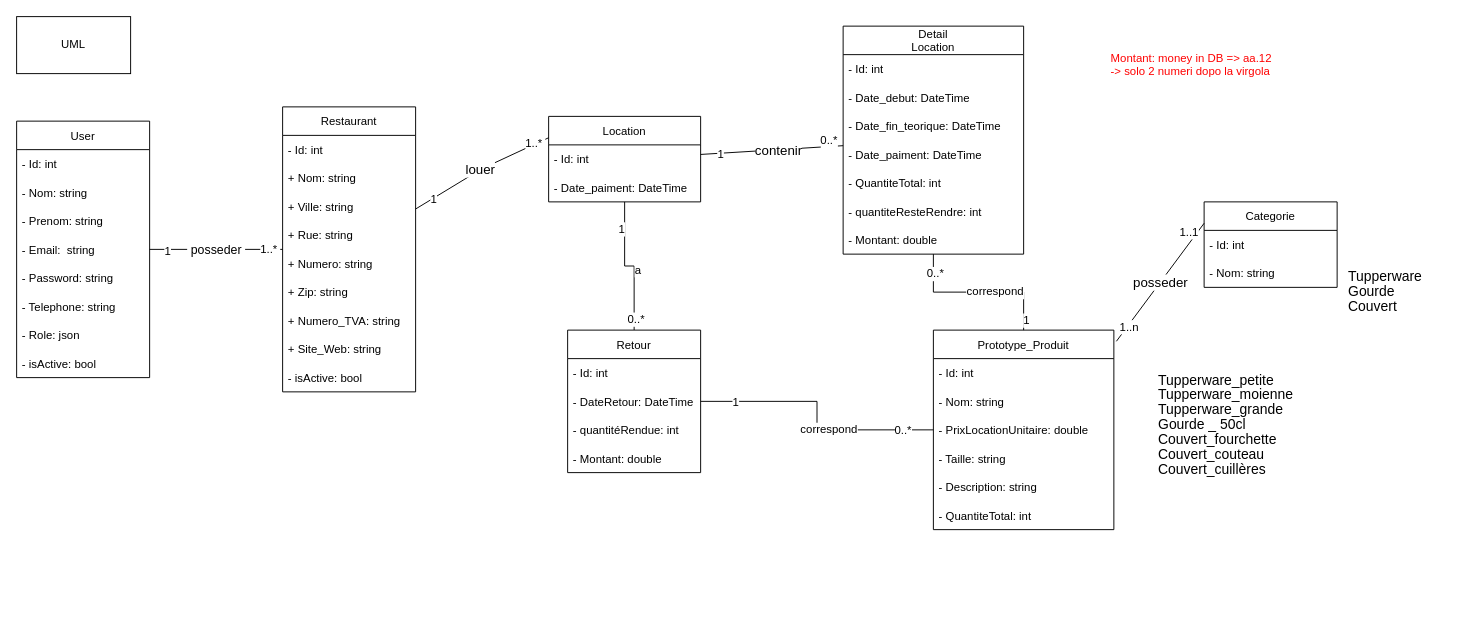
Above: documentation/diagrammeUMLcoeurProject.drawio in stefyxx/Tapperware (draw.io), before the change. Source tidied: cells renumbered, new cells numbered last; positions are measured from the earlier drawing's top-left corner, leaving out a move shared by most shapes. Both pictures are drawn from the tidied source at 95%, with x=0, y=0 at pixel (16, 16).
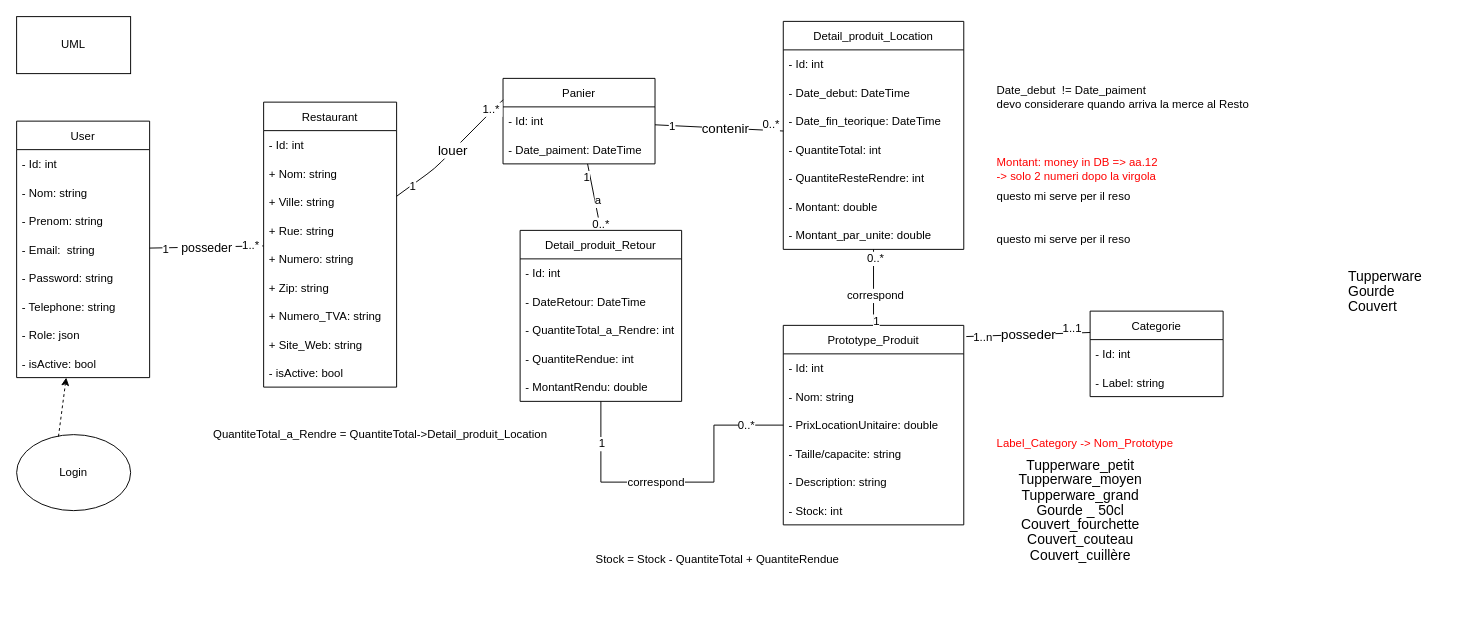
After the change.

Commit message (it also covers changes not shown here):
diagramma_cuoreProject completato

Unchanged cells that the change refers to:
```xml
<mxCell id="6" value="User" style="swimlane;fontStyle=0;horizontal=1;startSize=30;" parent="1" vertex="1">
  <mxGeometry y="110" width="140" height="270" as="geometry" />
</mxCell>
```

What changed in the source:
```diff
@@
     <mxCell id="15" value="Restaurant" style="swimlane;fontStyle=0;horizontal=1;startSize=30;" parent="1" vertex="1">
-      <mxGeometry x="280" y="95" width="140" height="300" as="geometry" />
+      <mxGeometry x="260" y="90" width="140" height="300" as="geometry" />
     </mxCell>
@@
-    <mxCell id="25" style="edgeStyle=orthogonalEdgeStyle;rounded=0;jettySize=auto;html=1;endArrow=none;endFill=0;" parent="1" edge="1" source="29" target="68">
+    <mxCell id="25" style="rounded=0;jettySize=auto;html=1;endArrow=none;endFill=0;entryX=0.5;entryY=0;entryDx=0;entryDy=0;" parent="1" edge="1" source="29" target="81">
       <mxGeometry relative="1" as="geometry" />
     </mxCell>
@@
-    <mxCell id="29" value="Location" style="swimlane;fontStyle=0;horizontal=1;startSize=30;" parent="1" vertex="1">
-      <mxGeometry x="560" y="105" width="160" height="90" as="geometry" />
+    <mxCell id="29" value="Panier" style="swimlane;fontStyle=0;horizontal=1;startSize=30;" parent="1" vertex="1">
+      <mxGeometry x="512" y="65" width="160" height="90" as="geometry" />
     </mxCell>
@@
     <mxCell id="32" value="Prototype_Produit" style="swimlane;fontStyle=0;horizontal=1;startSize=30;" parent="1" vertex="1">
-      <mxGeometry x="965" y="330" width="190" height="210" as="geometry" />
+      <mxGeometry x="807" y="325" width="190" height="210" as="geometry" />
     </mxCell>
@@
-    <mxCell id="36" value="- Taille: string" style="text;strokeColor=none;fillColor=none;align=left;verticalAlign=middle;spacingLeft=4;spacingRight=4;overflow=hidden;" parent="32" vertex="1">
+    <mxCell id="36" value="- Taille/capacite: string" style="text;strokeColor=none;fillColor=none;align=left;verticalAlign=middle;spacingLeft=4;spacingRight=4;overflow=hidden;" parent="32" vertex="1">
       <mxGeometry y="120" width="190" height="30" as="geometry" />
     </mxCell>
@@
-    <mxCell id="38" value="- QuantiteTotal: int" style="text;strokeColor=none;fillColor=none;align=left;verticalAlign=middle;spacingLeft=4;spacingRight=4;overflow=hidden;" parent="32" vertex="1">
+    <mxCell id="38" value="- Stock: int" style="text;strokeColor=none;fillColor=none;align=left;verticalAlign=middle;spacingLeft=4;spacingRight=4;overflow=hidden;" parent="32" vertex="1">
       <mxGeometry y="180" width="190" height="30" as="geometry" />
     </mxCell>
@@
     <mxCell id="43" value="&lt;font style=&quot;font-size: 14px&quot;&gt;louer&lt;/font&gt;" style="edgeStyle=none;html=1;endArrow=none;endFill=0;entryX=0;entryY=0.25;entryDx=0;entryDy=0;" parent="1" edge="1" source="15" target="29">
       <mxGeometry relative="1" as="geometry">
         <Array as="points">
-          <mxPoint x="490" y="160" />
+          <mxPoint x="440" y="160" />
         </Array>
       </mxGeometry>
     </mxCell>
@@
     <mxCell id="46" value="Categorie" style="swimlane;fontStyle=0;horizontal=1;startSize=30;" parent="1" vertex="1">
-      <mxGeometry x="1250" y="195" width="140" height="90" as="geometry" />
+      <mxGeometry x="1130" y="310" width="140" height="90" as="geometry" />
     </mxCell>
@@
-    <mxCell id="48" value="- Nom: string" style="text;strokeColor=none;fillColor=none;align=left;verticalAlign=middle;spacingLeft=4;spacingRight=4;overflow=hidden;" parent="46" vertex="1">
+    <mxCell id="48" value="- Label: string" style="text;strokeColor=none;fillColor=none;align=left;verticalAlign=middle;spacingLeft=4;spacingRight=4;overflow=hidden;" parent="46" vertex="1">
       <mxGeometry y="60" width="140" height="30" as="geometry" />
     </mxCell>
@@
-    <mxCell id="52" value="Detail&#10;Location" style="swimlane;fontStyle=0;horizontal=1;startSize=30;" parent="1" vertex="1">
-      <mxGeometry x="870" y="10" width="190" height="240" as="geometry" />
+    <mxCell id="52" value="Detail_produit_Location" style="swimlane;fontStyle=0;horizontal=1;startSize=30;" parent="1" vertex="1">
+      <mxGeometry x="807" y="5" width="190" height="240" as="geometry" />
     </mxCell>
@@
-    <mxCell id="56" value="- Date_paiment: DateTime" style="text;strokeColor=none;fillColor=none;align=left;verticalAlign=middle;spacingLeft=4;spacingRight=4;overflow=hidden;" parent="52" vertex="1">
-      <mxGeometry y="120" width="190" height="30" as="geometry" />
-    </mxCell>
     <mxCell id="57" value="- QuantiteTotal: int" style="text;strokeColor=none;fillColor=none;align=left;verticalAlign=middle;spacingLeft=4;spacingRight=4;overflow=hidden;" parent="52" vertex="1">
-      <mxGeometry y="150" width="190" height="30" as="geometry" />
+      <mxGeometry y="120" width="190" height="30" as="geometry" />
     </mxCell>
-    <mxCell id="58" value="- quantiteResteRendre: int" style="text;strokeColor=none;fillColor=none;align=left;verticalAlign=middle;spacingLeft=4;spacingRight=4;overflow=hidden;" parent="52" vertex="1">
-      <mxGeometry y="180" width="190" height="30" as="geometry" />
+    <mxCell id="58" value="- QuantiteResteRendre: int" style="text;strokeColor=none;fillColor=none;align=left;verticalAlign=middle;spacingLeft=4;spacingRight=4;overflow=hidden;" parent="52" vertex="1">
+      <mxGeometry y="150" width="190" height="30" as="geometry" />
     </mxCell>
     <mxCell id="59" value="- Montant: double " style="text;strokeColor=none;fillColor=none;align=left;verticalAlign=middle;spacingLeft=4;spacingRight=4;overflow=hidden;" parent="52" vertex="1">
-      <mxGeometry y="210" width="190" height="30" as="geometry" />
+      <mxGeometry y="180" width="190" height="30" as="geometry" />
     </mxCell>
+    <mxCell id="76" value="- Montant_par_unite: double " style="text;strokeColor=none;fillColor=none;align=left;verticalAlign=middle;spacingLeft=4;spacingRight=4;overflow=hidden;" parent="52" vertex="1">
+      <mxGeometry y="210" width="190" height="30" as="geometry" />
+    </mxCell>
@@
-    <mxCell id="64" style="edgeStyle=orthogonalEdgeStyle;rounded=0;jettySize=auto;html=1;endArrow=none;endFill=0;" parent="1" edge="1" source="68" target="32">
-      <mxGeometry relative="1" as="geometry" />
+    <mxCell id="64" style="edgeStyle=orthogonalEdgeStyle;rounded=0;jettySize=auto;html=1;endArrow=none;endFill=0;" parent="1" edge="1" source="81" target="32">
+      <mxGeometry relative="1" as="geometry">
+        <Array as="points">
+          <mxPoint x="734" y="490" />
+          <mxPoint x="734" y="430" />
+        </Array>
+      </mxGeometry>
     </mxCell>
     <mxCell id="65" value="correspond" style="text;html=1;align=center;verticalAlign=middle;labelBackgroundColor=#ffffff;" parent="64" vertex="1">
-      <mxGeometry x="0.19" y="1" relative="1" as="geometry" />
+      <mxGeometry x="0.19" y="1" relative="1" as="geometry">
+        <mxPoint x="-59" y="1" as="offset" />
+      </mxGeometry>
     </mxCell>
@@
-    <mxCell id="68" value="Retour" style="swimlane;fontStyle=0;horizontal=1;startSize=30;" parent="1" vertex="1">
-      <mxGeometry x="580" y="330" width="140" height="150" as="geometry" />
-    </mxCell>
-    <mxCell id="69" value="- Id: int" style="text;strokeColor=none;fillColor=none;align=left;verticalAlign=middle;spacingLeft=4;spacingRight=4;overflow=hidden;" parent="68" vertex="1">
-      <mxGeometry y="30" width="140" height="30" as="geometry" />
-    </mxCell>
-    <mxCell id="70" value="- DateRetour: DateTime" style="text;strokeColor=none;fillColor=none;align=left;verticalAlign=middle;spacingLeft=4;spacingRight=4;overflow=hidden;" parent="68" vertex="1">
-      <mxGeometry y="60" width="140" height="30" as="geometry" />
-    </mxCell>
-    <mxCell id="71" value="- quantitéRendue: int" style="text;strokeColor=none;fillColor=none;align=left;verticalAlign=middle;spacingLeft=4;spacingRight=4;overflow=hidden;" parent="68" vertex="1">
-      <mxGeometry y="90" width="140" height="30" as="geometry" />
-    </mxCell>
-    <mxCell id="72" value="- Montant: double " style="text;strokeColor=none;fillColor=none;align=left;verticalAlign=middle;spacingLeft=4;spacingRight=4;overflow=hidden;" parent="68" vertex="1">
-      <mxGeometry y="120" width="140" height="30" as="geometry" />
-    </mxCell>
     <mxCell id="73" value="&lt;font color=&quot;#ff0000&quot;&gt;Montant: money in DB =&amp;gt; aa.12&lt;br&gt;-&amp;gt; solo 2 numeri dopo la virgola&lt;br&gt;&lt;br&gt;&lt;/font&gt;" style="text;html=1;" parent="1" vertex="1">
-      <mxGeometry x="1150" y="30" width="120" height="30" as="geometry" />
+      <mxGeometry x="1030" y="140" width="120" height="30" as="geometry" />
     </mxCell>
@@
-    <mxCell id="75" value="&lt;span style=&quot;font-size: 11.0pt ; line-height: 107% ; font-family: &amp;#34;calibri&amp;#34; , sans-serif&quot;&gt;&lt;span style=&quot;font-size: 11pt ; line-height: 107%&quot;&gt;&lt;span style=&quot;font-size: 11pt ; line-height: 15.6933px&quot;&gt;Tupperware_petite&lt;br&gt;&lt;/span&gt;&lt;span style=&quot;font-size: 11pt ; line-height: 15.6933px&quot;&gt;Tupperware_moienne&lt;/span&gt;&lt;br style=&quot;font-size: 14.6667px&quot;&gt;&lt;span style=&quot;font-size: 11pt ; line-height: 15.6933px&quot;&gt;Tupperware_grande&lt;/span&gt;&lt;br style=&quot;font-size: 14.6667px&quot;&gt;Gourde _ 50cl&lt;br&gt;&lt;/span&gt;&lt;span style=&quot;font-size: 11.0pt ; line-height: 107% ; font-family: &amp;#34;calibri&amp;#34; , sans-serif&quot;&gt;Couvert_&lt;/span&gt;&lt;span style=&quot;font-size: 11.0pt ; line-height: 107% ; font-family: &amp;#34;calibri&amp;#34; , sans-serif&quot;&gt;fourchette&lt;br&gt;&lt;/span&gt;&lt;span style=&quot;font-size: 11pt ; line-height: 15.6933px&quot;&gt;Couvert_&lt;/span&gt;&lt;span style=&quot;font-size: 11pt ; line-height: 15.6933px&quot;&gt;&lt;span style=&quot;font-size: 11.0pt ; line-height: 107% ; font-family: &amp;#34;calibri&amp;#34; , sans-serif&quot;&gt;couteau&lt;/span&gt;&lt;br&gt;&lt;/span&gt;&lt;span style=&quot;font-size: 11pt ; line-height: 15.6933px&quot;&gt;Couvert_&lt;/span&gt;&lt;span style=&quot;font-size: 11.0pt ; line-height: 107% ; font-family: &amp;#34;calibri&amp;#34; , sans-serif&quot;&gt;cuillères&lt;/span&gt;&lt;br&gt;&lt;/span&gt;" style="text;html=1;strokeColor=none;fillColor=none;align=left;verticalAlign=middle;whiteSpace=wrap;rounded=0;" parent="1" vertex="1">
-      <mxGeometry x="1200" y="370" width="120" height="120" as="geometry" />
+    <mxCell id="75" value="&lt;span style=&quot;font-size: 11.0pt ; line-height: 107% ; font-family: &amp;#34;calibri&amp;#34; , sans-serif&quot;&gt;&lt;span style=&quot;font-size: 11pt ; line-height: 107%&quot;&gt;&lt;span style=&quot;font-size: 11pt ; line-height: 15.6933px&quot;&gt;Tupperware_petit&lt;br&gt;&lt;/span&gt;&lt;span style=&quot;font-size: 11pt ; line-height: 15.6933px&quot;&gt;Tupperware_moyen&lt;/span&gt;&lt;br style=&quot;font-size: 14.6667px&quot;&gt;&lt;span style=&quot;font-size: 11pt ; line-height: 15.6933px&quot;&gt;Tupperware_grand&lt;/span&gt;&lt;br style=&quot;font-size: 14.6667px&quot;&gt;Gourde _ 50cl&lt;br&gt;&lt;/span&gt;&lt;span style=&quot;font-size: 11.0pt ; line-height: 107% ; font-family: &amp;#34;calibri&amp;#34; , sans-serif&quot;&gt;Couvert_&lt;/span&gt;&lt;span style=&quot;font-size: 11.0pt ; line-height: 107% ; font-family: &amp;#34;calibri&amp;#34; , sans-serif&quot;&gt;fourchette&lt;br&gt;&lt;/span&gt;&lt;span style=&quot;font-size: 11pt ; line-height: 15.6933px&quot;&gt;Couvert_&lt;/span&gt;&lt;span style=&quot;font-size: 11pt ; line-height: 15.6933px&quot;&gt;&lt;span style=&quot;font-size: 11.0pt ; line-height: 107% ; font-family: &amp;#34;calibri&amp;#34; , sans-serif&quot;&gt;couteau&lt;/span&gt;&lt;br&gt;&lt;/span&gt;&lt;span style=&quot;font-size: 11pt ; line-height: 15.6933px&quot;&gt;Couvert_&lt;/span&gt;&lt;span style=&quot;font-size: 11.0pt ; line-height: 107% ; font-family: &amp;#34;calibri&amp;#34; , sans-serif&quot;&gt;cuillère&lt;/span&gt;&lt;br&gt;&lt;/span&gt;" style="text;html=1;strokeColor=none;fillColor=none;align=center;verticalAlign=middle;whiteSpace=wrap;rounded=0;" parent="1" vertex="1">
+      <mxGeometry x="1060" y="460" width="120" height="120" as="geometry" />
     </mxCell>
+    <mxCell id="77" value="Date_debut&amp;nbsp; != Date_paiment&lt;br&gt;devo considerare quando arriva la merce al Resto" style="text;html=1;strokeColor=none;fillColor=none;align=left;verticalAlign=middle;whiteSpace=wrap;rounded=0;" parent="1" vertex="1">
+      <mxGeometry x="1030" y="60" width="275" height="50" as="geometry" />
+    </mxCell>
+    <mxCell id="78" value="questo mi serve per il reso" style="text;html=1;strokeColor=none;fillColor=none;align=left;verticalAlign=middle;whiteSpace=wrap;rounded=0;" parent="1" vertex="1">
+      <mxGeometry x="1030" y="180" width="200" height="20" as="geometry" />
+    </mxCell>
+    <mxCell id="79" value="questo mi serve per il reso" style="text;html=1;strokeColor=none;fillColor=none;align=left;verticalAlign=middle;whiteSpace=wrap;rounded=0;" parent="1" vertex="1">
+      <mxGeometry x="1030" y="225" width="200" height="20" as="geometry" />
+    </mxCell>
+    <mxCell id="80" value="&lt;font color=&quot;#ff0000&quot;&gt;Label_Category -&amp;gt; Nom_Prototype&lt;/font&gt;" style="text;html=1;strokeColor=none;fillColor=none;align=left;verticalAlign=middle;whiteSpace=wrap;rounded=0;" parent="1" vertex="1">
+      <mxGeometry x="1030" y="440" width="220" height="20" as="geometry" />
+    </mxCell>
+    <mxCell id="81" value="Detail_produit_Retour" style="swimlane;fontStyle=0;horizontal=1;startSize=30;" parent="1" vertex="1">
+      <mxGeometry x="530" y="225" width="170" height="180" as="geometry" />
+    </mxCell>
+    <mxCell id="69" value="- Id: int" style="text;strokeColor=none;fillColor=none;align=left;verticalAlign=middle;spacingLeft=4;spacingRight=4;overflow=hidden;" parent="81" vertex="1">
+      <mxGeometry y="30" width="170" height="30" as="geometry" />
+    </mxCell>
+    <mxCell id="70" value="- DateRetour: DateTime" style="text;strokeColor=none;fillColor=none;align=left;verticalAlign=middle;spacingLeft=4;spacingRight=4;overflow=hidden;" parent="81" vertex="1">
+      <mxGeometry y="60" width="170" height="30" as="geometry" />
+    </mxCell>
+    <mxCell id="82" value="- QuantiteTotal_a_Rendre: int" style="text;strokeColor=none;fillColor=none;align=left;verticalAlign=middle;spacingLeft=4;spacingRight=4;overflow=hidden;" parent="81" vertex="1">
+      <mxGeometry y="90" width="170" height="30" as="geometry" />
+    </mxCell>
+    <mxCell id="83" value="- QuantiteRendue: int" style="text;strokeColor=none;fillColor=none;align=left;verticalAlign=middle;spacingLeft=4;spacingRight=4;overflow=hidden;" parent="81" vertex="1">
+      <mxGeometry y="120" width="170" height="30" as="geometry" />
+    </mxCell>
+    <mxCell id="84" value="- MontantRendu: double " style="text;strokeColor=none;fillColor=none;align=left;verticalAlign=middle;spacingLeft=4;spacingRight=4;overflow=hidden;" parent="81" vertex="1">
+      <mxGeometry y="150" width="170" height="30" as="geometry" />
+    </mxCell>
+    <mxCell id="85" value="&lt;span style=&quot;text-align: left ; white-space: nowrap&quot;&gt;QuantiteTotal_a_Rendre =&amp;nbsp;&lt;/span&gt;&lt;span style=&quot;text-align: left ; white-space: nowrap&quot;&gt;QuantiteTotal-&amp;gt;&lt;/span&gt;&lt;span style=&quot;white-space: nowrap&quot;&gt;Detail_produit_Location&lt;/span&gt;" style="text;html=1;strokeColor=none;fillColor=none;align=center;verticalAlign=middle;whiteSpace=wrap;rounded=0;" parent="1" vertex="1">
+      <mxGeometry x="223" y="430" width="320" height="20" as="geometry" />
+    </mxCell>
+    <mxCell id="86" value="Stock = Stock - QuantiteTotal + QuantiteRendue" style="text;html=1;strokeColor=none;fillColor=none;align=center;verticalAlign=middle;whiteSpace=wrap;rounded=0;" parent="1" vertex="1">
+      <mxGeometry x="543" y="561.5" width="390" height="20" as="geometry" />
+    </mxCell>
+    <mxCell id="87" value="Login" style="ellipse;whiteSpace=wrap;html=1;" parent="1" vertex="1">
+      <mxGeometry y="440" width="120" height="80" as="geometry" />
+    </mxCell>
+    <mxCell id="88" style="endArrow=classic;dashed=1;html=1;exitX=0.367;exitY=0.025;exitDx=0;exitDy=0;exitPerimeter=0;endFill=1;" parent="1" edge="1" source="87" target="6">
+      <mxGeometry relative="1" as="geometry" />
+    </mxCell>
```
